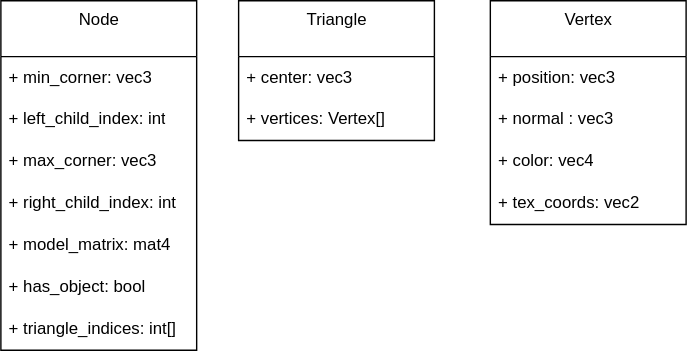
Earlier version of the draw.io export docs/raytracer/data_objects.drawio.svg (wolfel1/Raytracy). Source tidied: cells renumbered, new cells last; positions are measured from the earlier drawing's top-left corner, leaving out a move shared by most shapes. Its diagram source:
```xml
<mxGraphModel>
  <root>
    <mxCell id="0" />
    <mxCell id="1" parent="0" />
    <mxCell id="2" value="Node" style="swimlane;fontStyle=0;align=center;verticalAlign=top;horizontal=1;startSize=40;html=1;" parent="1" vertex="1">
      <mxGeometry width="140" height="250" as="geometry" />
    </mxCell>
    <mxCell id="3" value="+ min_corner: vec3" style="text;html=1;strokeColor=none;fillColor=none;align=left;verticalAlign=middle;spacingLeft=4;spacingRight=4;overflow=hidden;" parent="2" vertex="1">
      <mxGeometry y="40" width="140" height="30" as="geometry" />
    </mxCell>
    <mxCell id="4" value="+ left_child_index: int" style="text;html=1;strokeColor=none;fillColor=none;align=left;verticalAlign=middle;spacingLeft=4;spacingRight=4;overflow=hidden;" parent="2" vertex="1">
      <mxGeometry y="70" width="140" height="30" as="geometry" />
    </mxCell>
    <mxCell id="5" value="+ max_corner: vec3" style="text;html=1;strokeColor=none;fillColor=none;align=left;verticalAlign=middle;spacingLeft=4;spacingRight=4;overflow=hidden;" parent="2" vertex="1">
      <mxGeometry y="100" width="140" height="30" as="geometry" />
    </mxCell>
    <mxCell id="6" value="+ right_child_index: int" style="text;html=1;strokeColor=none;fillColor=none;align=left;verticalAlign=middle;spacingLeft=4;spacingRight=4;overflow=hidden;" parent="2" vertex="1">
      <mxGeometry y="130" width="140" height="30" as="geometry" />
    </mxCell>
    <mxCell id="7" value="+ model_matrix: mat4" style="text;html=1;strokeColor=none;fillColor=none;align=left;verticalAlign=middle;spacingLeft=4;spacingRight=4;overflow=hidden;" parent="2" vertex="1">
      <mxGeometry y="160" width="140" height="30" as="geometry" />
    </mxCell>
    <mxCell id="8" value="+ has_object: bool" style="text;html=1;strokeColor=none;fillColor=none;align=left;verticalAlign=middle;spacingLeft=4;spacingRight=4;overflow=hidden;" parent="2" vertex="1">
      <mxGeometry y="190" width="140" height="30" as="geometry" />
    </mxCell>
    <mxCell id="9" value="+ triangle_indices: int[]" style="text;html=1;strokeColor=none;fillColor=none;align=left;verticalAlign=middle;spacingLeft=4;spacingRight=4;overflow=hidden;" parent="2" vertex="1">
      <mxGeometry y="220" width="140" height="30" as="geometry" />
    </mxCell>
    <mxCell id="10" value="Triangle" style="swimlane;fontStyle=0;align=center;verticalAlign=top;horizontal=1;startSize=40;html=1;" parent="1" vertex="1">
      <mxGeometry x="170" width="140" height="100" as="geometry" />
    </mxCell>
    <mxCell id="11" value="+ center: vec3" style="text;html=1;strokeColor=none;fillColor=none;align=left;verticalAlign=middle;spacingLeft=4;spacingRight=4;overflow=hidden;" parent="10" vertex="1">
      <mxGeometry y="40" width="140" height="30" as="geometry" />
    </mxCell>
    <mxCell id="12" value="+ vertices: Vertex[]" style="text;html=1;strokeColor=none;fillColor=none;align=left;verticalAlign=middle;spacingLeft=4;spacingRight=4;overflow=hidden;" parent="10" vertex="1">
      <mxGeometry y="70" width="140" height="30" as="geometry" />
    </mxCell>
    <mxCell id="13" value="Vertex" style="swimlane;fontStyle=0;align=center;verticalAlign=top;horizontal=1;startSize=40;html=1;" parent="1" vertex="1">
      <mxGeometry x="350" width="140" height="160" as="geometry" />
    </mxCell>
    <mxCell id="14" value="+ position: vec3" style="text;html=1;strokeColor=none;fillColor=none;align=left;verticalAlign=middle;spacingLeft=4;spacingRight=4;overflow=hidden;" parent="13" vertex="1">
      <mxGeometry y="40" width="140" height="30" as="geometry" />
    </mxCell>
    <mxCell id="15" value="+ normal : vec3" style="text;html=1;strokeColor=none;fillColor=none;align=left;verticalAlign=middle;spacingLeft=4;spacingRight=4;overflow=hidden;" parent="13" vertex="1">
      <mxGeometry y="70" width="140" height="30" as="geometry" />
    </mxCell>
    <mxCell id="16" value="+ color: vec4" style="text;html=1;strokeColor=none;fillColor=none;align=left;verticalAlign=middle;spacingLeft=4;spacingRight=4;overflow=hidden;" parent="13" vertex="1">
      <mxGeometry y="100" width="140" height="30" as="geometry" />
    </mxCell>
    <mxCell id="17" value="+ tex_coords: vec2" style="text;html=1;strokeColor=none;fillColor=none;align=left;verticalAlign=middle;spacingLeft=4;spacingRight=4;overflow=hidden;" parent="13" vertex="1">
      <mxGeometry y="130" width="140" height="30" as="geometry" />
    </mxCell>
  </root>
</mxGraphModel>
```
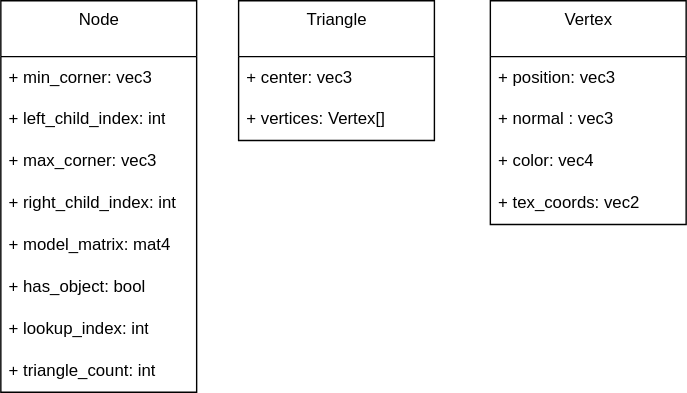
After the commit.

Diff of the diagram source:
```diff
@@ -3,7 +3,7 @@
     <mxCell id="0" />
     <mxCell id="1" parent="0" />
     <mxCell id="2" value="Node" style="swimlane;fontStyle=0;align=center;verticalAlign=top;horizontal=1;startSize=40;html=1;" parent="1" vertex="1">
-      <mxGeometry width="140" height="250" as="geometry" />
+      <mxGeometry width="140" height="280" as="geometry" />
     </mxCell>
     <mxCell id="3" value="+ min_corner: vec3" style="text;html=1;strokeColor=none;fillColor=none;align=left;verticalAlign=middle;spacingLeft=4;spacingRight=4;overflow=hidden;" parent="2" vertex="1">
       <mxGeometry y="40" width="140" height="30" as="geometry" />
@@ -23,8 +23,11 @@
     <mxCell id="8" value="+ has_object: bool" style="text;html=1;strokeColor=none;fillColor=none;align=left;verticalAlign=middle;spacingLeft=4;spacingRight=4;overflow=hidden;" parent="2" vertex="1">
       <mxGeometry y="190" width="140" height="30" as="geometry" />
     </mxCell>
+    <mxCell id="18" value="+ lookup_index: int" style="text;html=1;strokeColor=none;fillColor=none;align=left;verticalAlign=middle;spacingLeft=4;spacingRight=4;overflow=hidden;" parent="2" vertex="1">
+      <mxGeometry y="220" width="140" height="30" as="geometry" />
+    </mxCell>
-    <mxCell id="9" value="+ triangle_indices: int[]" style="text;html=1;strokeColor=none;fillColor=none;align=left;verticalAlign=middle;spacingLeft=4;spacingRight=4;overflow=hidden;" parent="2" vertex="1">
-      <mxGeometry y="220" width="140" height="30" as="geometry" />
+    <mxCell id="9" value="+ triangle_count: int" style="text;html=1;strokeColor=none;fillColor=none;align=left;verticalAlign=middle;spacingLeft=4;spacingRight=4;overflow=hidden;" parent="2" vertex="1">
+      <mxGeometry y="250" width="140" height="30" as="geometry" />
     </mxCell>
     <mxCell id="10" value="Triangle" style="swimlane;fontStyle=0;align=center;verticalAlign=top;horizontal=1;startSize=40;html=1;" parent="1" vertex="1">
       <mxGeometry x="170" width="140" height="100" as="geometry" />
```
